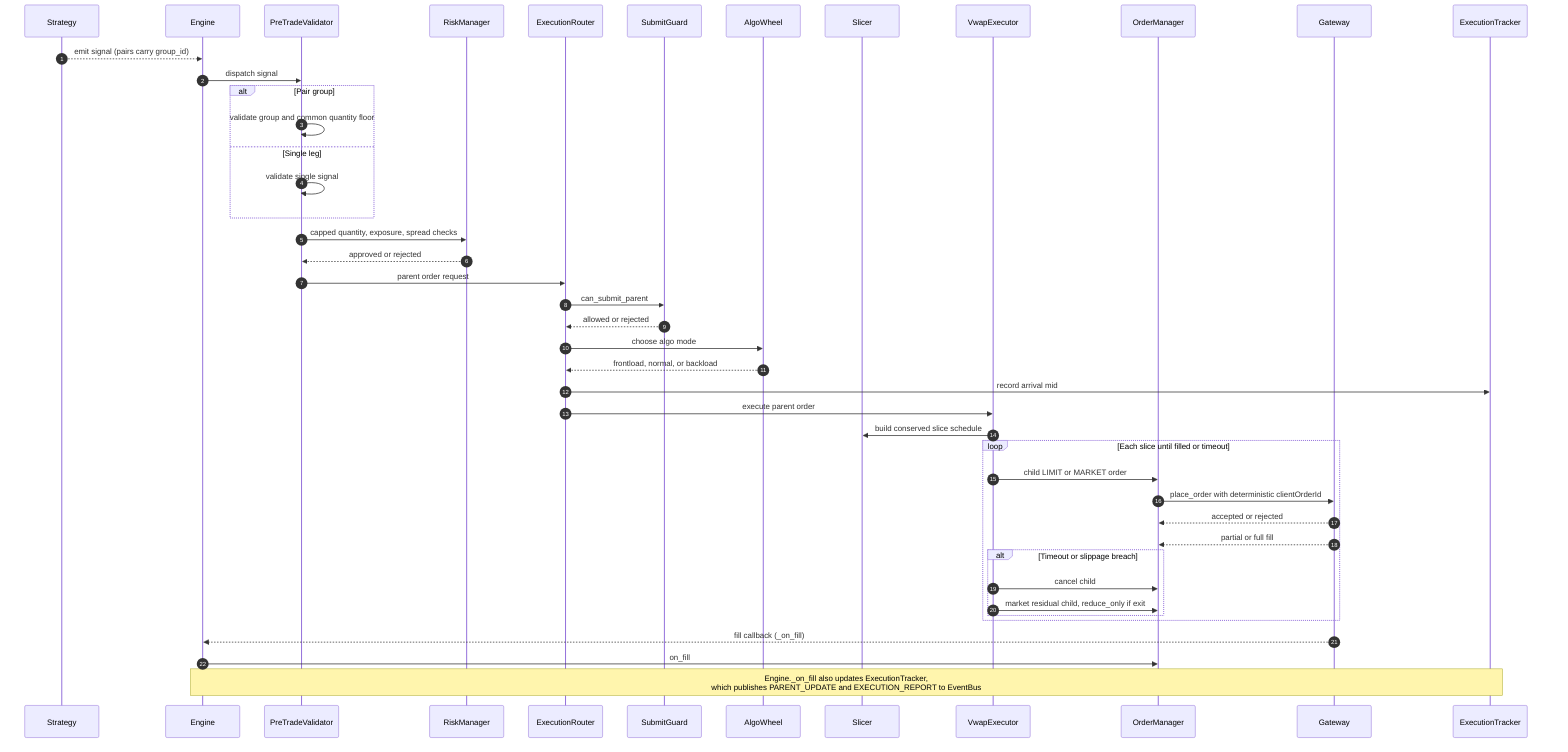
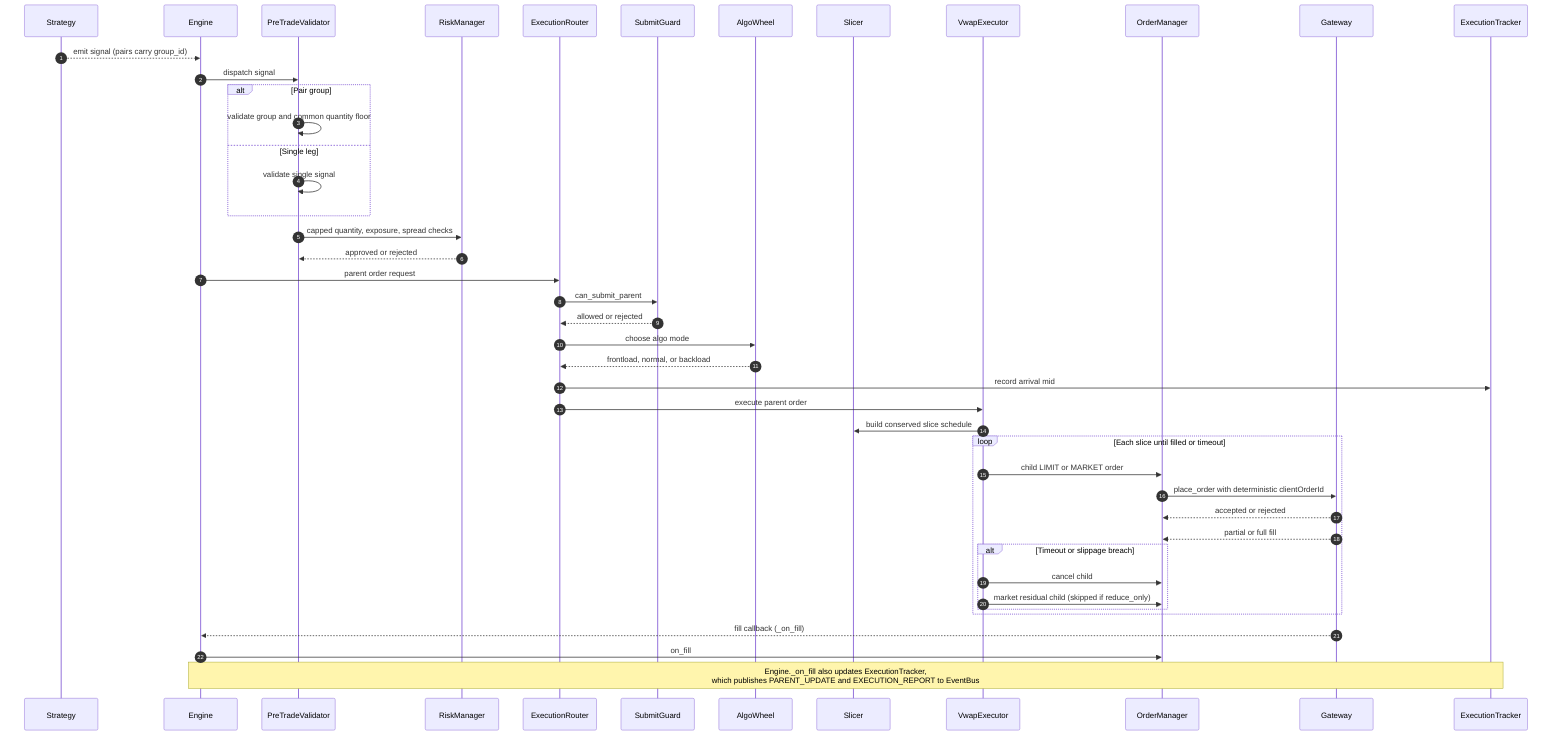
%% Parent-order execution - signal to venue fills
sequenceDiagram
    autonumber
    participant Strategy
    participant Eng as Engine
    participant PreTrade as PreTradeValidator
    participant Risk as RiskManager
    participant Router as ExecutionRouter
    participant SG as SubmitGuard
    participant Wheel as AlgoWheel
    participant Slicer
    participant VWAP as VwapExecutor
    participant OMS as OrderManager
    participant Gateway
    participant TCA as ExecutionTracker

    Strategy-->>Eng: emit signal (pairs carry group_id)
    Eng->>PreTrade: dispatch signal
    alt Pair group
        PreTrade->>PreTrade: validate group and common quantity floor
    else Single leg
        PreTrade->>PreTrade: validate single signal
    end

    PreTrade->>Risk: capped quantity, exposure, spread checks
    Risk-->>PreTrade: approved or rejected
-     PreTrade->>Router: parent order request
+     Eng->>Router: parent order request
    Router->>SG: can_submit_parent
    SG-->>Router: allowed or rejected
    Router->>Wheel: choose algo mode
    Wheel-->>Router: frontload, normal, or backload
    Router->>TCA: record arrival mid
    Router->>VWAP: execute parent order
    VWAP->>Slicer: build conserved slice schedule

    loop Each slice until filled or timeout
        VWAP->>OMS: child LIMIT or MARKET order
        OMS->>Gateway: place_order with deterministic clientOrderId
        Gateway-->>OMS: accepted or rejected
        Gateway-->>OMS: partial or full fill
        alt Timeout or slippage breach
            VWAP->>OMS: cancel child
-             VWAP->>OMS: market residual child, reduce_only if exit
+             VWAP->>OMS: market residual child (skipped if reduce_only)
        end
    end

    Gateway-->>Eng: fill callback (_on_fill)
    Eng->>OMS: on_fill
    Note over Eng,TCA: Engine._on_fill also updates ExecutionTracker,<br/>which publishes PARENT_UPDATE and EXECUTION_REPORT to EventBus
